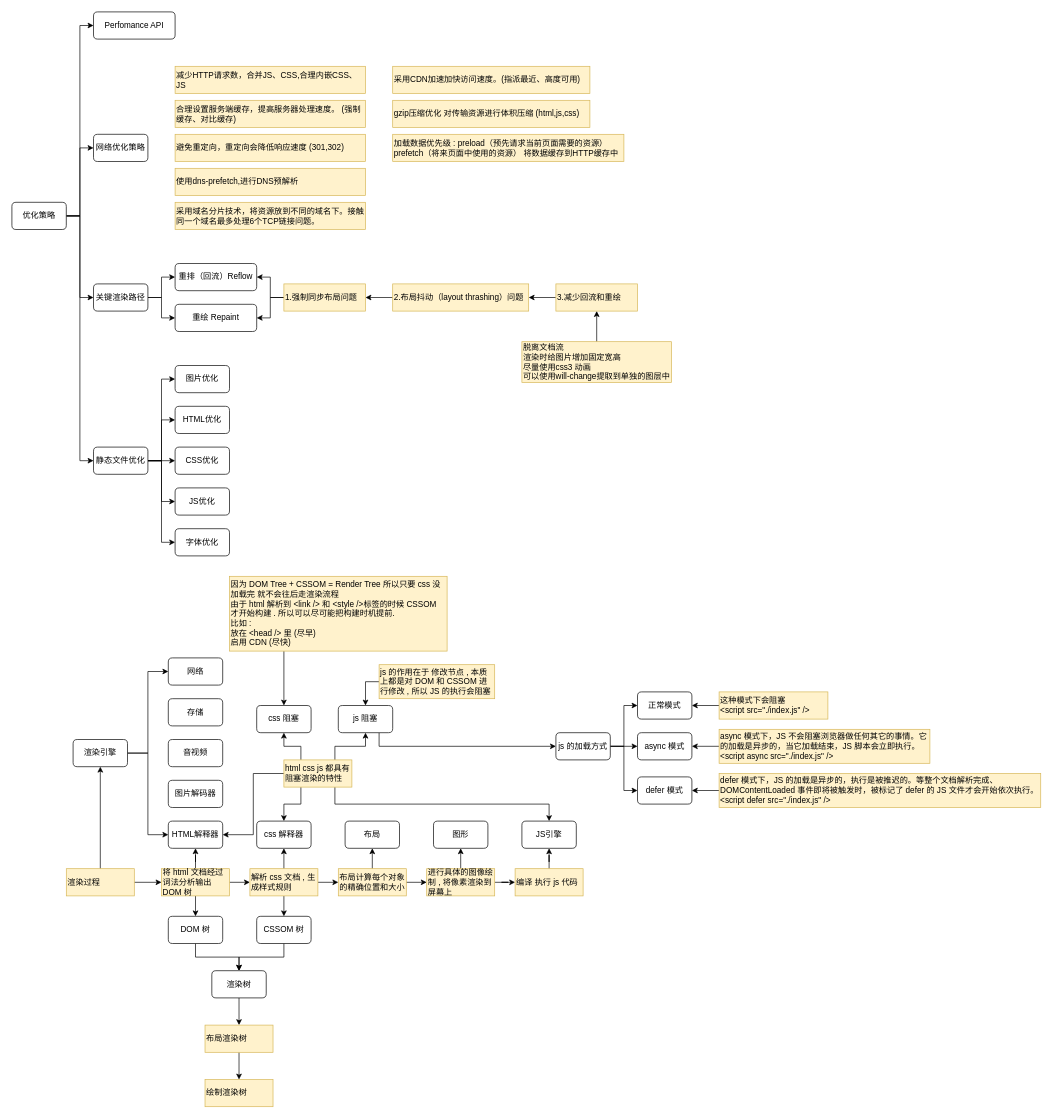
This is 前端性能优化.drawio from yanhanfrontend/draw.io.workspace, a draw.io file, before an edit. Source tidied: cells renumbered, new cells numbered last; positions are measured from the earlier drawing's top-left corner, leaving out a move shared by most shapes. Both pictures are drawn from the tidied source at 68%, with x=0, y=0 at pixel (12, 12).
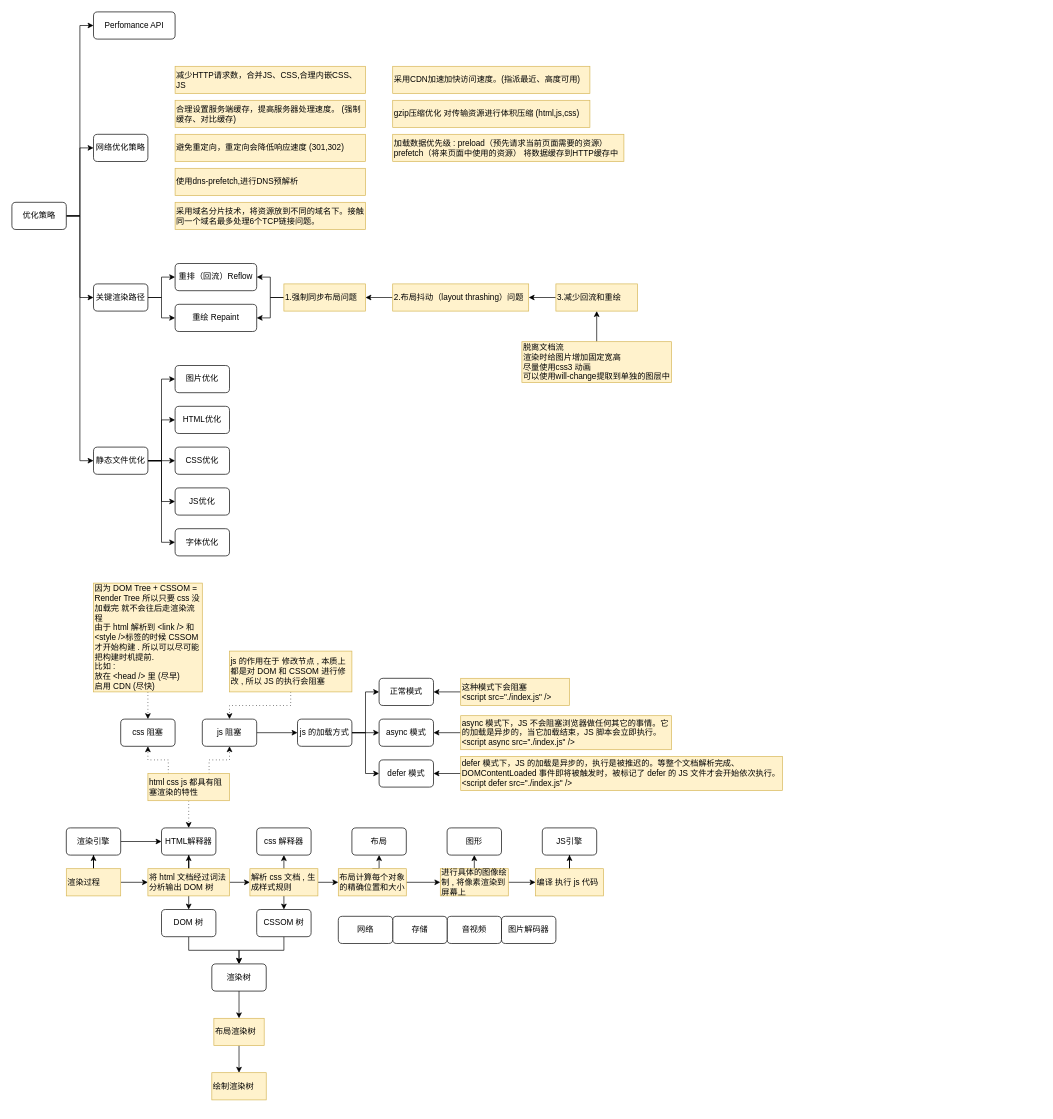
Above is the later version.

Commit message:
更新前端性能优化.drawio

What changed in the source:
```diff
@@
-    <mxCell id="42" style="edgeStyle=orthogonalEdgeStyle;rounded=0;jettySize=auto;html=1;exitX=1;exitY=0.5;exitDx=0;exitDy=0;entryX=0;entryY=0.5;entryDx=0;entryDy=0;" parent="1" edge="1" source="44" target="51">
-      <mxGeometry relative="1" as="geometry" />
-    </mxCell>
@@
     <mxCell id="44" value="渲染引擎" style="rounded=1;whiteSpace=wrap;html=1;" parent="1" vertex="1">
-      <mxGeometry x="90" y="1070" width="80" height="40" as="geometry" />
+      <mxGeometry x="80" y="1200" width="80" height="40" as="geometry" />
     </mxCell>
     <mxCell id="45" value="JS引擎" style="rounded=1;whiteSpace=wrap;html=1;" parent="1" vertex="1">
-      <mxGeometry x="750" y="1190" width="80" height="40" as="geometry" />
+      <mxGeometry x="780" y="1200" width="80" height="40" as="geometry" />
     </mxCell>
     <mxCell id="46" value="HTML解释器" style="rounded=1;whiteSpace=wrap;html=1;" parent="1" vertex="1">
-      <mxGeometry x="230" y="1190" width="80" height="40" as="geometry" />
+      <mxGeometry x="220" y="1200" width="80" height="40" as="geometry" />
     </mxCell>
     <mxCell id="47" value="图片解码器" style="rounded=1;whiteSpace=wrap;html=1;" parent="1" vertex="1">
-      <mxGeometry x="230" y="1130" width="80" height="40" as="geometry" />
+      <mxGeometry x="720" y="1330" width="80" height="40" as="geometry" />
     </mxCell>
     <mxCell id="48" value="音视频" style="rounded=1;whiteSpace=wrap;html=1;" parent="1" vertex="1">
-      <mxGeometry x="230" y="1070" width="80" height="40" as="geometry" />
+      <mxGeometry x="640" y="1330" width="80" height="40" as="geometry" />
     </mxCell>
     <mxCell id="49" value="图形" style="rounded=1;whiteSpace=wrap;html=1;" parent="1" vertex="1">
-      <mxGeometry x="620" y="1190" width="80" height="40" as="geometry" />
+      <mxGeometry x="640" y="1200" width="80" height="40" as="geometry" />
     </mxCell>
     <mxCell id="50" value="存储" style="rounded=1;whiteSpace=wrap;html=1;" parent="1" vertex="1">
-      <mxGeometry x="230" y="1010" width="80" height="40" as="geometry" />
+      <mxGeometry x="560" y="1330" width="80" height="40" as="geometry" />
     </mxCell>
     <mxCell id="51" value="网络" style="rounded=1;whiteSpace=wrap;html=1;" parent="1" vertex="1">
-      <mxGeometry x="230" y="950" width="80" height="40" as="geometry" />
+      <mxGeometry x="480" y="1330" width="80" height="40" as="geometry" />
     </mxCell>
     <mxCell id="52" value="布局" style="rounded=1;whiteSpace=wrap;html=1;" parent="1" vertex="1">
-      <mxGeometry x="490" y="1190" width="80" height="40" as="geometry" />
+      <mxGeometry x="500" y="1200" width="80" height="40" as="geometry" />
     </mxCell>
     <mxCell id="53" value="css 解释器" style="rounded=1;whiteSpace=wrap;html=1;" parent="1" vertex="1">
-      <mxGeometry x="360" y="1190" width="80" height="40" as="geometry" />
+      <mxGeometry x="360" y="1200" width="80" height="40" as="geometry" />
     </mxCell>
@@
     <mxCell id="56" value="渲染过程" style="text;html=1;align=left;verticalAlign=middle;whiteSpace=wrap;rounded=0;fillColor=#fff2cc;strokeColor=#d6b656;" parent="1" vertex="1">
-      <mxGeometry x="80" y="1260" width="100" height="40" as="geometry" />
+      <mxGeometry x="80" y="1260" width="80" height="40" as="geometry" />
     </mxCell>
@@
     <mxCell id="60" value="将 html 文档经过词法分析输出 DOM 树" style="text;html=1;align=left;verticalAlign=middle;whiteSpace=wrap;rounded=0;fillColor=#fff2cc;strokeColor=#d6b656;" parent="1" vertex="1">
-      <mxGeometry x="220" y="1260" width="100" height="40" as="geometry" />
+      <mxGeometry x="200" y="1260" width="120" height="40" as="geometry" />
     </mxCell>
@@
     <mxCell id="70" value="进行具体的图像绘制 , 将像素渲染到屏幕上" style="text;html=1;align=left;verticalAlign=middle;whiteSpace=wrap;rounded=0;fillColor=#fff2cc;strokeColor=#d6b656;" parent="1" vertex="1">
-      <mxGeometry x="610" y="1260" width="100" height="40" as="geometry" />
+      <mxGeometry x="630" y="1260" width="100" height="40" as="geometry" />
     </mxCell>
@@
     <mxCell id="72" value="编译 执行 js 代码" style="text;html=1;align=left;verticalAlign=middle;whiteSpace=wrap;rounded=0;fillColor=#fff2cc;strokeColor=#d6b656;" parent="1" vertex="1">
-      <mxGeometry x="740" y="1260" width="100" height="40" as="geometry" />
+      <mxGeometry x="770" y="1260" width="100" height="40" as="geometry" />
     </mxCell>
@@
     <mxCell id="74" value="css 阻塞" style="rounded=1;whiteSpace=wrap;html=1;" parent="1" vertex="1">
-      <mxGeometry x="360" y="1020" width="80" height="40" as="geometry" />
+      <mxGeometry x="160" y="1040" width="80" height="40" as="geometry" />
     </mxCell>
@@
     <mxCell id="78" value="js 的加载方式" style="rounded=1;whiteSpace=wrap;html=1;" parent="1" vertex="1">
-      <mxGeometry x="800" y="1060" width="80" height="40" as="geometry" />
+      <mxGeometry x="420" y="1040" width="80" height="40" as="geometry" />
     </mxCell>
-    <mxCell id="79" style="edgeStyle=orthogonalEdgeStyle;rounded=0;jettySize=auto;html=1;exitX=0.75;exitY=1;exitDx=0;exitDy=0;entryX=0;entryY=0.5;entryDx=0;entryDy=0;" parent="1" edge="1" source="80" target="78">
+    <mxCell id="79" style="edgeStyle=orthogonalEdgeStyle;rounded=0;jettySize=auto;html=1;exitX=1;exitY=0.5;exitDx=0;exitDy=0;entryX=0;entryY=0.5;entryDx=0;entryDy=0;" parent="1" edge="1" source="80" target="78">
       <mxGeometry relative="1" as="geometry" />
     </mxCell>
     <mxCell id="80" value="js 阻塞" style="rounded=1;whiteSpace=wrap;html=1;" parent="1" vertex="1">
-      <mxGeometry x="480" y="1020" width="80" height="40" as="geometry" />
+      <mxGeometry x="280" y="1040" width="80" height="40" as="geometry" />
     </mxCell>
@@
     <mxCell id="82" value="渲染树" style="rounded=1;whiteSpace=wrap;html=1;" parent="1" vertex="1">
-      <mxGeometry x="294" y="1410" width="80" height="40" as="geometry" />
+      <mxGeometry x="294" y="1400" width="80" height="40" as="geometry" />
     </mxCell>
@@
     <mxCell id="84" value="CSSOM 树" style="rounded=1;whiteSpace=wrap;html=1;" parent="1" vertex="1">
-      <mxGeometry x="360" y="1330" width="80" height="40" as="geometry" />
+      <mxGeometry x="360" y="1320" width="80" height="40" as="geometry" />
     </mxCell>
@@
     <mxCell id="86" value="DOM 树" style="rounded=1;whiteSpace=wrap;html=1;" parent="1" vertex="1">
-      <mxGeometry x="230" y="1330" width="80" height="40" as="geometry" />
+      <mxGeometry x="220" y="1320" width="80" height="40" as="geometry" />
     </mxCell>
@@
     <mxCell id="88" value="&lt;span style=&quot;text-align: center;&quot;&gt;布局渲染树&lt;/span&gt;" style="text;html=1;align=left;verticalAlign=middle;whiteSpace=wrap;rounded=0;fillColor=#fff2cc;strokeColor=#d6b656;" parent="1" vertex="1">
-      <mxGeometry x="284" y="1490" width="100" height="40" as="geometry" />
+      <mxGeometry x="297" y="1480" width="74" height="40" as="geometry" />
     </mxCell>
     <mxCell id="89" value="&lt;span style=&quot;text-align: center;&quot;&gt;绘制渲染树&lt;/span&gt;" style="text;html=1;align=left;verticalAlign=middle;whiteSpace=wrap;rounded=0;fillColor=#fff2cc;strokeColor=#d6b656;" parent="1" vertex="1">
-      <mxGeometry x="284" y="1570" width="100" height="40" as="geometry" />
+      <mxGeometry x="294" y="1560" width="80" height="40" as="geometry" />
     </mxCell>
-    <mxCell id="90" style="edgeStyle=orthogonalEdgeStyle;rounded=0;jettySize=auto;html=1;exitX=0;exitY=0.5;exitDx=0;exitDy=0;entryX=1;entryY=0.5;entryDx=0;entryDy=0;" parent="1" edge="1" source="95" target="46">
+    <mxCell id="90" style="edgeStyle=orthogonalEdgeStyle;rounded=0;jettySize=auto;html=1;exitX=0.5;exitY=1;exitDx=0;exitDy=0;entryX=0.5;entryY=0;entryDx=0;entryDy=0;dashed=1;dashPattern=1 4;" parent="1" edge="1" source="95" target="46">
       <mxGeometry relative="1" as="geometry" />
     </mxCell>
-    <mxCell id="91" style="edgeStyle=orthogonalEdgeStyle;rounded=0;jettySize=auto;html=1;exitX=0.25;exitY=1;exitDx=0;exitDy=0;entryX=0.5;entryY=0;entryDx=0;entryDy=0;" parent="1" edge="1" source="95" target="53">
-      <mxGeometry relative="1" as="geometry" />
-    </mxCell>
-    <mxCell id="92" style="edgeStyle=orthogonalEdgeStyle;rounded=0;jettySize=auto;html=1;exitX=0.75;exitY=1;exitDx=0;exitDy=0;entryX=0.5;entryY=0;entryDx=0;entryDy=0;" parent="1" edge="1" source="95" target="45">
-      <mxGeometry relative="1" as="geometry" />
-    </mxCell>
-    <mxCell id="93" style="edgeStyle=orthogonalEdgeStyle;rounded=0;jettySize=auto;html=1;exitX=0.25;exitY=0;exitDx=0;exitDy=0;" parent="1" edge="1" source="95" target="74">
+    <mxCell id="93" style="edgeStyle=orthogonalEdgeStyle;rounded=0;jettySize=auto;html=1;exitX=0.25;exitY=0;exitDx=0;exitDy=0;dashed=1;dashPattern=1 4;" parent="1" edge="1" source="95" target="74">
       <mxGeometry relative="1" as="geometry" />
     </mxCell>
-    <mxCell id="94" style="edgeStyle=orthogonalEdgeStyle;rounded=0;jettySize=auto;html=1;exitX=0.75;exitY=0;exitDx=0;exitDy=0;entryX=0.5;entryY=1;entryDx=0;entryDy=0;" parent="1" edge="1" source="95" target="80">
+    <mxCell id="94" style="edgeStyle=orthogonalEdgeStyle;rounded=0;jettySize=auto;html=1;exitX=0.75;exitY=0;exitDx=0;exitDy=0;entryX=0.5;entryY=1;entryDx=0;entryDy=0;dashed=1;dashPattern=1 4;" parent="1" edge="1" source="95" target="80">
       <mxGeometry relative="1" as="geometry" />
     </mxCell>
     <mxCell id="95" value="html css js 都具有阻塞渲染的特性" style="text;html=1;align=left;verticalAlign=middle;whiteSpace=wrap;rounded=0;fillColor=#fff2cc;strokeColor=#d6b656;" parent="1" vertex="1">
-      <mxGeometry x="400" y="1100" width="100" height="40" as="geometry" />
+      <mxGeometry x="200" y="1120" width="120" height="40" as="geometry" />
     </mxCell>
-    <mxCell id="96" style="edgeStyle=orthogonalEdgeStyle;rounded=0;jettySize=auto;html=1;exitX=0.25;exitY=1;exitDx=0;exitDy=0;entryX=0.5;entryY=0;entryDx=0;entryDy=0;" parent="1" edge="1" source="97" target="74">
+    <mxCell id="96" style="edgeStyle=orthogonalEdgeStyle;rounded=0;jettySize=auto;html=1;exitX=0.5;exitY=1;exitDx=0;exitDy=0;entryX=0.5;entryY=0;entryDx=0;entryDy=0;dashed=1;dashPattern=1 4;" parent="1" edge="1" source="97" target="74">
       <mxGeometry relative="1" as="geometry" />
     </mxCell>
     <mxCell id="97" value="&lt;div&gt;因为 DOM Tree + CSSOM = Render Tree 所以只要 css 没加载完 就不会往后走渲染流程&lt;/div&gt;&lt;div&gt;由于 html 解析到 &amp;lt;link /&amp;gt; 和 &amp;lt;style /&amp;gt;标签的时候 CSSOM 才开始构建 . 所以可以尽可能把构建时机提前.&lt;/div&gt;&lt;div&gt;比如 :&lt;/div&gt;&lt;div&gt;放在 &amp;lt;head /&amp;gt; 里 (尽早)&lt;/div&gt;&lt;div&gt;启用 CDN (尽快)&lt;/div&gt;" style="text;html=1;align=left;verticalAlign=middle;whiteSpace=wrap;rounded=0;fillColor=#fff2cc;strokeColor=#d6b656;" parent="1" vertex="1">
-      <mxGeometry x="320" y="830" width="320" height="110" as="geometry" />
+      <mxGeometry x="120" y="840" width="160" height="160" as="geometry" />
     </mxCell>
-    <mxCell id="98" style="edgeStyle=orthogonalEdgeStyle;rounded=0;jettySize=auto;html=1;exitX=0;exitY=0.5;exitDx=0;exitDy=0;" parent="1" edge="1" source="99" target="80">
+    <mxCell id="98" style="edgeStyle=orthogonalEdgeStyle;rounded=0;jettySize=auto;html=1;exitX=0.5;exitY=1;exitDx=0;exitDy=0;dashed=1;dashPattern=1 4;" parent="1" edge="1" source="99" target="80">
       <mxGeometry relative="1" as="geometry" />
     </mxCell>
     <mxCell id="99" value="js 的作用在于 修改节点 , 本质上都是对 DOM 和 CSSOM 进行修改 , 所以 JS 的执行会阻塞" style="text;html=1;align=left;verticalAlign=middle;whiteSpace=wrap;rounded=0;fillColor=#fff2cc;strokeColor=#d6b656;" parent="1" vertex="1">
-      <mxGeometry x="540" y="960" width="170" height="50" as="geometry" />
+      <mxGeometry x="320" y="940" width="180" height="60" as="geometry" />
     </mxCell>
     <mxCell id="100" value="正常模式" style="rounded=1;whiteSpace=wrap;html=1;" parent="1" vertex="1">
-      <mxGeometry x="920" y="1000" width="80" height="40" as="geometry" />
+      <mxGeometry x="540" y="980" width="80" height="40" as="geometry" />
     </mxCell>
     <mxCell id="101" value="async 模式" style="rounded=1;whiteSpace=wrap;html=1;" parent="1" vertex="1">
-      <mxGeometry x="920" y="1060" width="80" height="40" as="geometry" />
+      <mxGeometry x="540" y="1040" width="80" height="40" as="geometry" />
     </mxCell>
     <mxCell id="102" value="defer 模式" style="rounded=1;whiteSpace=wrap;html=1;" parent="1" vertex="1">
-      <mxGeometry x="920" y="1125" width="80" height="40" as="geometry" />
+      <mxGeometry x="540" y="1100" width="80" height="40" as="geometry" />
     </mxCell>
@@
     <mxCell id="104" value="这种模式下会阻塞&lt;div&gt;&amp;lt;script src=&quot;./index.js&quot; /&amp;gt;&lt;br&gt;&lt;/div&gt;" style="text;html=1;align=left;verticalAlign=middle;whiteSpace=wrap;rounded=0;fillColor=#fff2cc;strokeColor=#d6b656;" parent="1" vertex="1">
-      <mxGeometry x="1040" y="1000" width="160" height="40" as="geometry" />
+      <mxGeometry x="660" y="980" width="160" height="40" as="geometry" />
     </mxCell>
@@
     <mxCell id="106" value="&lt;div&gt;&lt;div&gt;async 模式下，JS 不会阻塞浏览器做任何其它的事情。它的加载是异步的，当它加载结束，JS 脚本会立即执行。&lt;/div&gt;&lt;div&gt;&amp;lt;script async src=&quot;./index.js&quot; /&amp;gt;&lt;/div&gt;&lt;/div&gt;" style="text;html=1;align=left;verticalAlign=middle;whiteSpace=wrap;rounded=0;fillColor=#fff2cc;strokeColor=#d6b656;" parent="1" vertex="1">
-      <mxGeometry x="1040" y="1055" width="310" height="50" as="geometry" />
+      <mxGeometry x="660" y="1035" width="310" height="50" as="geometry" />
     </mxCell>
@@
     <mxCell id="108" value="&lt;div&gt;&lt;div&gt;defer 模式下，JS 的加载是异步的，执行是被推迟的。等整个文档解析完成、DOMContentLoaded 事件即将被触发时，被标记了 defer 的 JS 文件才会开始依次执行。&lt;/div&gt;&lt;div&gt;&amp;lt;script defer src=&quot;./index.js&quot; /&amp;gt;&lt;/div&gt;&lt;/div&gt;" style="text;html=1;align=left;verticalAlign=middle;whiteSpace=wrap;rounded=0;fillColor=#fff2cc;strokeColor=#d6b656;" parent="1" vertex="1">
-      <mxGeometry x="1040" y="1120" width="473" height="50" as="geometry" />
+      <mxGeometry x="660" y="1095" width="473" height="50" as="geometry" />
     </mxCell>
```
